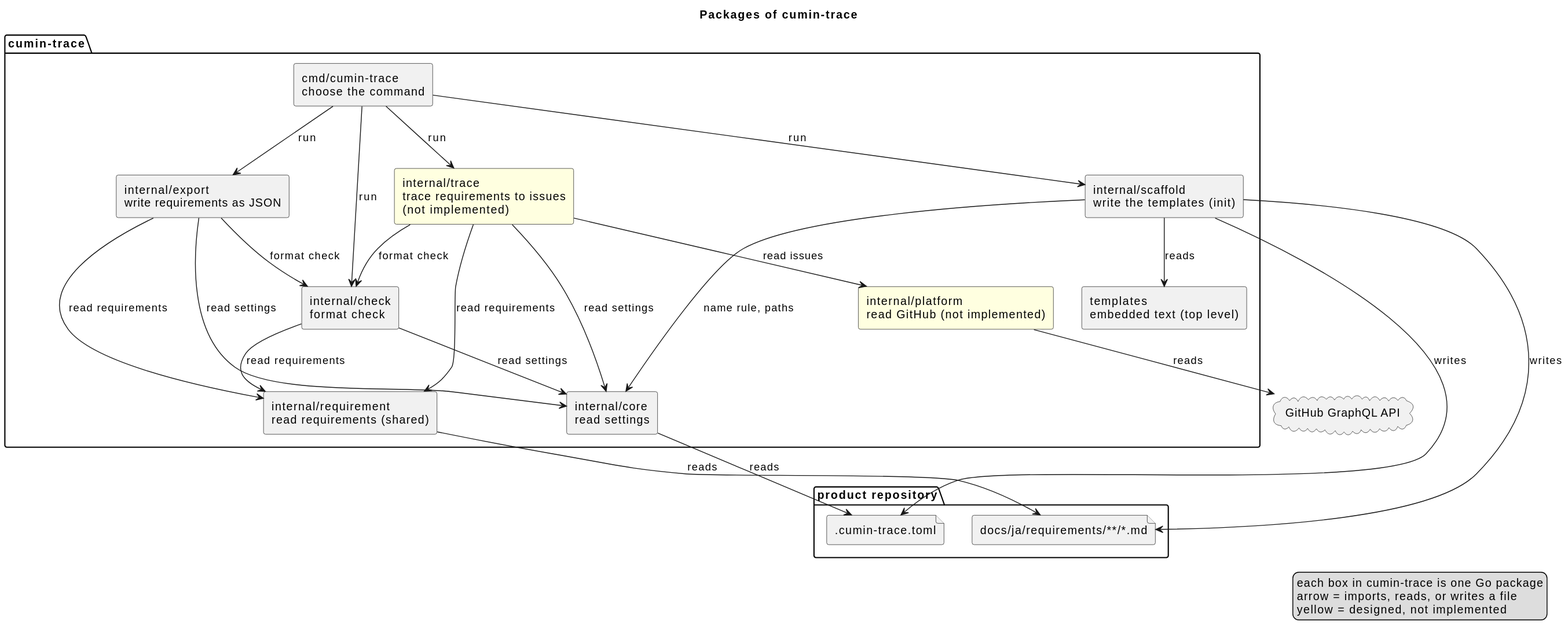
Before: docs/ja/architecture/overview.svg, a diagram exported from PlantUML (cloveclovedev/cumin-trace).
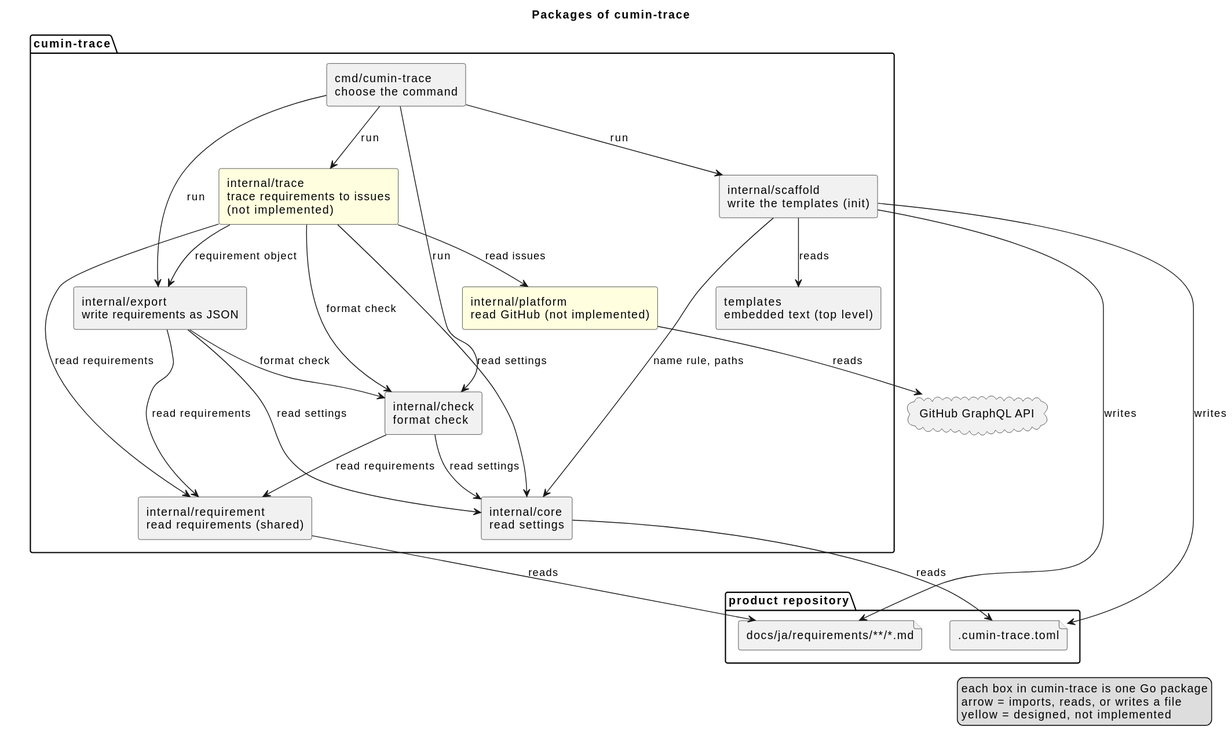
After the commit.

Commit message:
feat(trace): build each requirement of the trace output on the export

Change to the diagram source:
```diff
@@ -32,6 +32,7 @@
 trace --> check : format check
 trace --> requirement : read requirements
 trace --> core : read settings
+trace --> export : requirement object
 trace --> platform : read issues
 platform --> api : reads
 scaffold --> templates : reads
```
